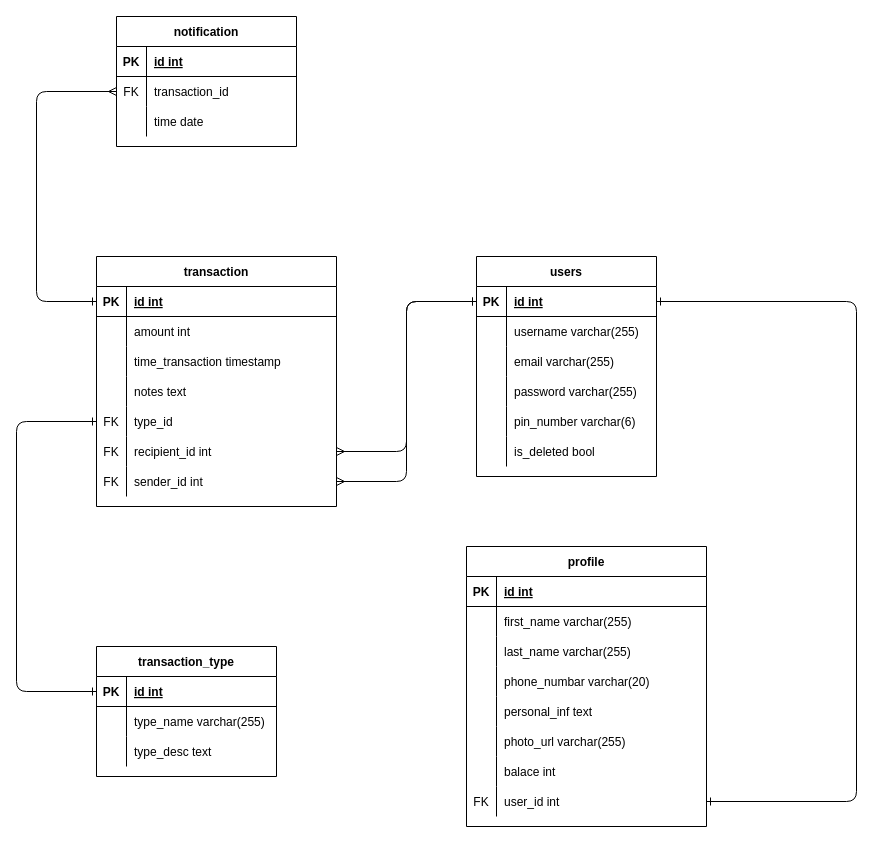
The draw.io diagram erd.drawio in afrizalsofyan/fw9-backend, before the edit. Source tidied: cells renumbered, new cells numbered last; positions are measured from the earlier drawing's top-left corner, leaving out a move shared by most shapes. Both pictures are drawn from the tidied source at 100%, with x=0, y=0 at pixel (16, 16).
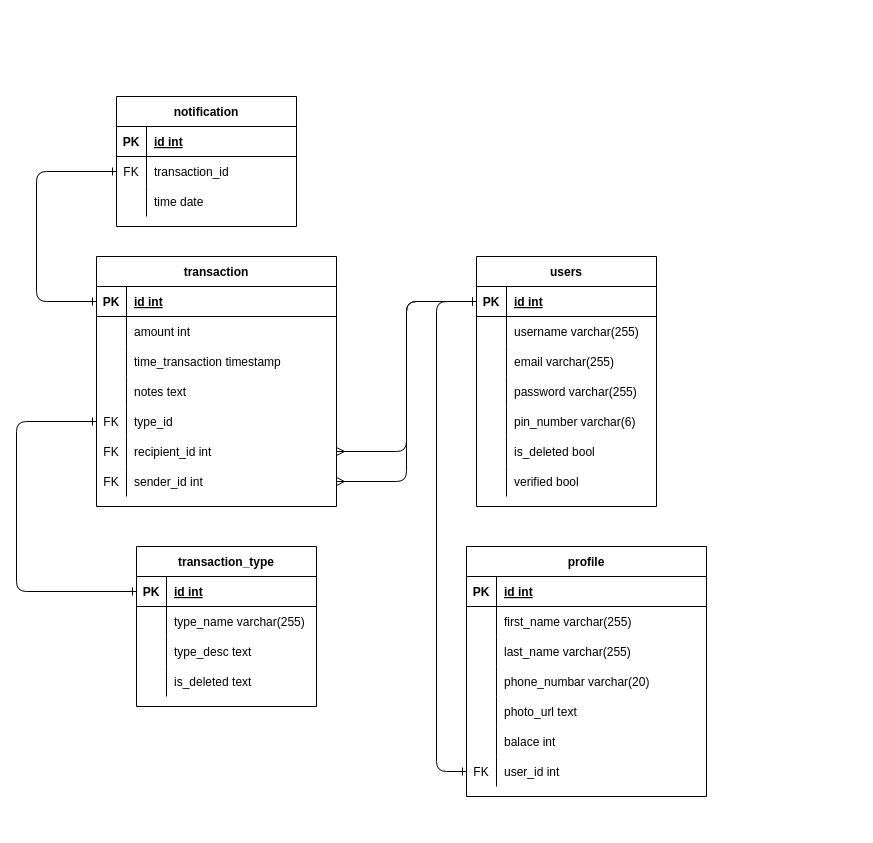
After the change.

The change refers to these unchanged cells:
```xml
<mxCell id="47" style="shape=partialRectangle;fillColor=none;top=0;left=0;bottom=1;right=0;points=[[0,0.5],[1,0.5]];portConstraint=eastwest;" parent="46" vertex="1">
  <mxGeometry y="30" width="240" height="30" as="geometry" />
</mxCell>
<mxCell id="59" style="shape=partialRectangle;fillColor=none;top=0;left=0;bottom=0;right=0;points=[[0,0.5],[1,0.5]];portConstraint=eastwest;" parent="46" vertex="1">
  <mxGeometry y="150" width="240" height="30" as="geometry" />
</mxCell>
<mxCell id="69" style="shape=partialRectangle;fillColor=none;top=0;left=0;bottom=1;right=0;points=[[0,0.5],[1,0.5]];portConstraint=eastwest;" parent="68" vertex="1">
  <mxGeometry y="30" width="180" height="30" as="geometry" />
</mxCell>
<mxCell id="86" style="shape=partialRectangle;fillColor=none;top=0;left=0;bottom=0;right=0;points=[[0,0.5],[1,0.5]];portConstraint=eastwest;" parent="82" vertex="1">
  <mxGeometry y="60" width="180" height="30" as="geometry" />
</mxCell>
```

Diff of the diagram source:
```diff
@@
     <mxCell id="2" value="users" style="shape=table;startSize=30;childLayout=tableLayout;rowLines=0;fontStyle=1;align=center;" parent="1" vertex="1">
-      <mxGeometry x="460" y="240" width="180" height="220" as="geometry" />
+      <mxGeometry x="460" y="240" width="180" height="250" as="geometry" />
     </mxCell>
@@
+    <mxCell id="93" style="shape=partialRectangle;fillColor=none;top=0;left=0;bottom=0;right=0;" parent="2" vertex="1">
+      <mxGeometry y="210" width="180" height="30" as="geometry" />
+    </mxCell>
+    <mxCell id="94" style="shape=partialRectangle;fillColor=none;top=0;left=0;bottom=0;right=0;overflow=hidden;" parent="93" vertex="1">
+      <mxGeometry width="30" height="30" as="geometry" />
+    </mxCell>
+    <mxCell id="95" value="verified bool" style="shape=partialRectangle;fillColor=none;top=0;left=0;bottom=0;right=0;align=left;spacingLeft=6;overflow=hidden;" parent="93" vertex="1">
+      <mxGeometry x="30" width="150" height="30" as="geometry" />
+    </mxCell>
     <mxCell id="21" value="profile" style="shape=table;startSize=30;childLayout=tableLayout;rowLines=0;fontStyle=1;align=center;" parent="1" vertex="1">
-      <mxGeometry x="450" y="530" width="240" height="280" as="geometry" />
+      <mxGeometry x="450" y="530" width="240" height="250" as="geometry" />
     </mxCell>
@@
-    <mxCell id="34" style="shape=partialRectangle;fillColor=none;top=0;left=0;bottom=0;right=0;" parent="21" vertex="1">
-      <mxGeometry y="150" width="240" height="30" as="geometry" />
-    </mxCell>
-    <mxCell id="35" style="shape=partialRectangle;fillColor=none;top=0;left=0;bottom=0;right=0;overflow=hidden;" parent="34" vertex="1">
-      <mxGeometry width="30" height="30" as="geometry" />
-    </mxCell>
-    <mxCell id="36" value="personal_inf text" style="shape=partialRectangle;fillColor=none;top=0;left=0;bottom=0;right=0;align=left;spacingLeft=6;overflow=hidden;" parent="34" vertex="1">
-      <mxGeometry x="30" width="210" height="30" as="geometry" />
-    </mxCell>
     <mxCell id="37" style="shape=partialRectangle;fillColor=none;top=0;left=0;bottom=0;right=0;" parent="21" vertex="1">
-      <mxGeometry y="180" width="240" height="30" as="geometry" />
+      <mxGeometry y="150" width="240" height="30" as="geometry" />
     </mxCell>
@@
-    <mxCell id="39" value="photo_url varchar(255)" style="shape=partialRectangle;fillColor=none;top=0;left=0;bottom=0;right=0;align=left;spacingLeft=6;overflow=hidden;" parent="37" vertex="1">
+    <mxCell id="39" value="photo_url text" style="shape=partialRectangle;fillColor=none;top=0;left=0;bottom=0;right=0;align=left;spacingLeft=6;overflow=hidden;" parent="37" vertex="1">
       <mxGeometry x="30" width="210" height="30" as="geometry" />
     </mxCell>
     <mxCell id="40" style="shape=partialRectangle;fillColor=none;top=0;left=0;bottom=0;right=0;" parent="21" vertex="1">
-      <mxGeometry y="210" width="240" height="30" as="geometry" />
+      <mxGeometry y="180" width="240" height="30" as="geometry" />
     </mxCell>
@@
     <mxCell id="43" style="shape=partialRectangle;fillColor=none;top=0;left=0;bottom=0;right=0;points=[[0,0.5],[1,0.5]];portConstraint=eastwest;" parent="21" vertex="1">
-      <mxGeometry y="240" width="240" height="30" as="geometry" />
+      <mxGeometry y="210" width="240" height="30" as="geometry" />
     </mxCell>
@@
     <mxCell id="68" value="transaction_type" style="shape=table;startSize=30;childLayout=tableLayout;rowLines=0;fontStyle=1;align=center;" parent="1" vertex="1">
-      <mxGeometry x="80" y="630" width="180" height="130" as="geometry" />
+      <mxGeometry x="120" y="530" width="180" height="160" as="geometry" />
     </mxCell>
@@
+    <mxCell id="96" style="shape=partialRectangle;fillColor=none;top=0;left=0;bottom=0;right=0;" parent="68" vertex="1">
+      <mxGeometry y="120" width="180" height="30" as="geometry" />
+    </mxCell>
+    <mxCell id="97" style="shape=partialRectangle;fillColor=none;top=0;left=0;bottom=0;right=0;overflow=hidden;" parent="96" vertex="1">
+      <mxGeometry width="30" height="30" as="geometry" />
+    </mxCell>
+    <mxCell id="98" value="is_deleted text" style="shape=partialRectangle;fillColor=none;top=0;left=0;bottom=0;right=0;align=left;spacingLeft=6;overflow=hidden;" parent="96" vertex="1">
+      <mxGeometry x="30" width="150" height="30" as="geometry" />
+    </mxCell>
     <mxCell id="78" style="edgeStyle=orthogonalEdgeStyle;html=1;endArrow=ERone;endFill=0;startArrow=ERone;startFill=0;" parent="1" edge="1" source="43">
       <mxGeometry relative="1" as="geometry">
-        <mxPoint x="640" y="285" as="targetPoint" />
+        <mxPoint x="460" y="285" as="targetPoint" />
         <Array as="points">
-          <mxPoint x="840" y="785" />
-          <mxPoint x="840" y="285" />
+          <mxPoint x="420" y="755" />
+          <mxPoint x="420" y="285" />
         </Array>
       </mxGeometry>
     </mxCell>
@@
     <mxCell id="81" style="edgeStyle=orthogonalEdgeStyle;html=1;entryX=0;entryY=0.5;entryDx=0;entryDy=0;startArrow=ERone;startFill=0;endArrow=ERone;endFill=0;" parent="1" edge="1" source="59" target="69">
       <mxGeometry relative="1" as="geometry">
         <Array as="points">
           <mxPoint y="405" />
-          <mxPoint y="675" />
+          <mxPoint y="575" />
         </Array>
       </mxGeometry>
     </mxCell>
     <mxCell id="82" value="notification" style="shape=table;startSize=30;childLayout=tableLayout;rowLines=0;fontStyle=1;align=center;" parent="1" vertex="1">
-      <mxGeometry x="100" width="180" height="130" as="geometry" />
+      <mxGeometry x="100" y="80" width="180" height="130" as="geometry" />
     </mxCell>
@@
-    <mxCell id="92" style="edgeStyle=orthogonalEdgeStyle;html=1;exitX=0;exitY=0.5;exitDx=0;exitDy=0;entryX=0;entryY=0.5;entryDx=0;entryDy=0;startArrow=ERone;startFill=0;endArrow=ERmany;endFill=0;" parent="1" edge="1" source="47" target="86">
+    <mxCell id="92" style="edgeStyle=orthogonalEdgeStyle;html=1;exitX=0;exitY=0.5;exitDx=0;exitDy=0;entryX=0;entryY=0.5;entryDx=0;entryDy=0;startArrow=ERone;startFill=0;endArrow=ERone;endFill=0;" parent="1" edge="1" source="47" target="86">
       <mxGeometry relative="1" as="geometry">
         <Array as="points">
           <mxPoint x="20" y="285" />
-          <mxPoint x="20" y="75" />
+          <mxPoint x="20" y="155" />
         </Array>
       </mxGeometry>
     </mxCell>
```
